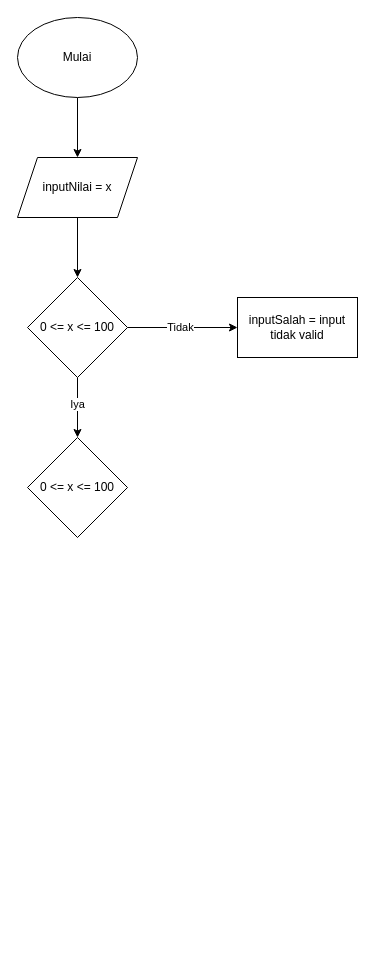
Before: hitam.drawio in shinoaaa/nigachu, a draw.io diagram. Source tidied: cells renumbered, new cells numbered last; positions are measured from the earlier drawing's top-left corner, leaving out a move shared by most shapes. Both pictures are drawn from the tidied source at 100%, with x=0, y=0 at pixel (17, 17).
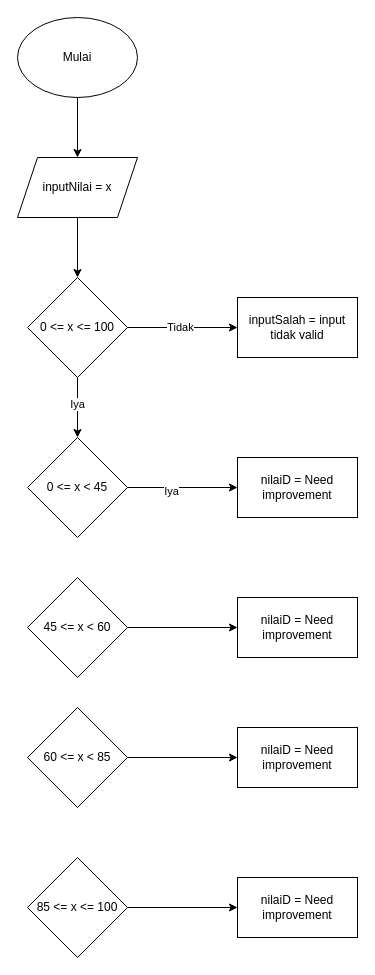
The same diagram, later.

What changed in the source:
```diff
@@
+    <mxCell id="13" style="edgeStyle=orthogonalEdgeStyle;rounded=0;jettySize=auto;html=1;entryX=0;entryY=0.5;entryDx=0;entryDy=0;" parent="1" edge="1" source="11" target="15">
+      <mxGeometry relative="1" as="geometry" />
+    </mxCell>
+    <mxCell id="14" value="Iya" style="edgeLabel;html=1;align=center;verticalAlign=middle;" parent="13" vertex="1">
+      <mxGeometry x="-0.22" y="-3" relative="1" as="geometry" />
+    </mxCell>
-    <mxCell id="11" value="0 &amp;lt;= x &amp;lt;= 100" style="rhombus;whiteSpace=wrap;html=1;fillColor=light-dark(#FFFFFF,#FFFFFF);fontColor=light-dark(#000000,#0F0F0F);" parent="1" vertex="1">
+    <mxCell id="11" value="0 &amp;lt;= x &amp;lt; 45" style="rhombus;whiteSpace=wrap;html=1;fillColor=light-dark(#FFFFFF,#FFFFFF);fontColor=light-dark(#000000,#0F0F0F);" parent="1" vertex="1">
       <mxGeometry x="10" y="420" width="100" height="100" as="geometry" />
     </mxCell>
@@
+    <mxCell id="15" value="nilaiD = Need improvement" style="rounded=0;whiteSpace=wrap;html=1;fillColor=light-dark(#FFFFFF,#FFFFFF);fontColor=light-dark(#000000,#000000);" parent="1" vertex="1">
+      <mxGeometry x="220" y="440" width="120" height="60" as="geometry" />
+    </mxCell>
+    <mxCell id="16" style="edgeStyle=orthogonalEdgeStyle;rounded=0;jettySize=auto;html=1;entryX=0;entryY=0.5;entryDx=0;entryDy=0;" parent="1" edge="1" source="17" target="22">
+      <mxGeometry relative="1" as="geometry" />
+    </mxCell>
+    <mxCell id="17" value="45 &amp;lt;= x &amp;lt; 60" style="rhombus;whiteSpace=wrap;html=1;fillColor=light-dark(#FFFFFF,#FFFFFF);fontColor=light-dark(#000000,#0F0F0F);" parent="1" vertex="1">
+      <mxGeometry x="10" y="560" width="100" height="100" as="geometry" />
+    </mxCell>
+    <mxCell id="18" style="edgeStyle=orthogonalEdgeStyle;rounded=0;jettySize=auto;html=1;entryX=0;entryY=0.5;entryDx=0;entryDy=0;" parent="1" edge="1" source="19" target="23">
+      <mxGeometry relative="1" as="geometry" />
+    </mxCell>
+    <mxCell id="19" value="60 &amp;lt;= x &amp;lt; 85" style="rhombus;whiteSpace=wrap;html=1;fillColor=light-dark(#FFFFFF,#FFFFFF);fontColor=light-dark(#000000,#0F0F0F);" parent="1" vertex="1">
+      <mxGeometry x="10" y="690" width="100" height="100" as="geometry" />
+    </mxCell>
+    <mxCell id="20" style="edgeStyle=orthogonalEdgeStyle;rounded=0;jettySize=auto;html=1;entryX=0;entryY=0.5;entryDx=0;entryDy=0;" parent="1" edge="1" source="21" target="24">
+      <mxGeometry relative="1" as="geometry" />
+    </mxCell>
+    <mxCell id="21" value="85 &amp;lt;= x &amp;lt;= 100" style="rhombus;whiteSpace=wrap;html=1;fillColor=light-dark(#FFFFFF,#FFFFFF);fontColor=light-dark(#000000,#0F0F0F);" parent="1" vertex="1">
+      <mxGeometry x="10" y="840" width="100" height="100" as="geometry" />
+    </mxCell>
+    <mxCell id="22" value="nilaiD = Need improvement" style="rounded=0;whiteSpace=wrap;html=1;fillColor=light-dark(#FFFFFF,#FFFFFF);fontColor=light-dark(#000000,#000000);" parent="1" vertex="1">
+      <mxGeometry x="220" y="580" width="120" height="60" as="geometry" />
+    </mxCell>
+    <mxCell id="23" value="nilaiD = Need improvement" style="rounded=0;whiteSpace=wrap;html=1;fillColor=light-dark(#FFFFFF,#FFFFFF);fontColor=light-dark(#000000,#000000);" parent="1" vertex="1">
+      <mxGeometry x="220" y="710" width="120" height="60" as="geometry" />
+    </mxCell>
+    <mxCell id="24" value="nilaiD = Need improvement" style="rounded=0;whiteSpace=wrap;html=1;fillColor=light-dark(#FFFFFF,#FFFFFF);fontColor=light-dark(#000000,#000000);" parent="1" vertex="1">
+      <mxGeometry x="220" y="860" width="120" height="60" as="geometry" />
+    </mxCell>
```
